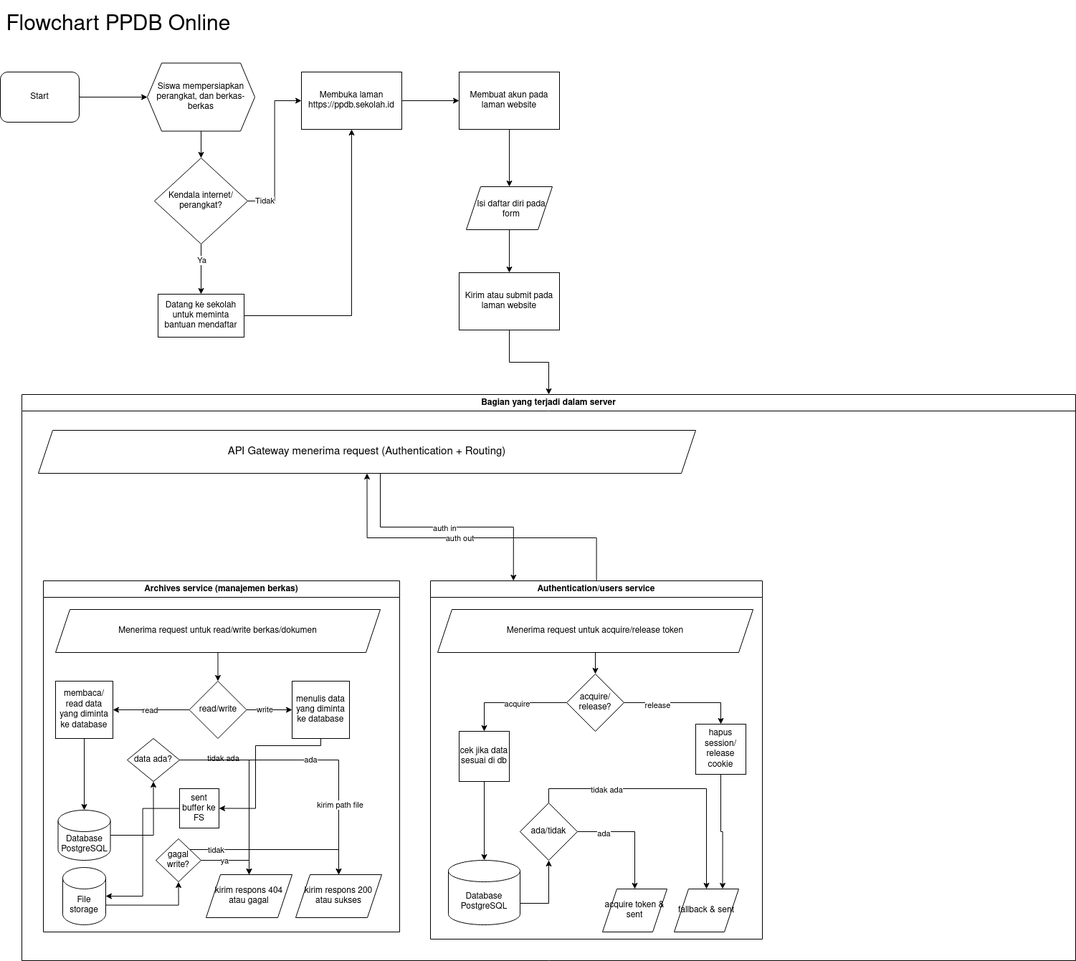
Earlier version of the draw.io export Tugas1PoV.drawio.png (hansputera/flowcharts-collection). Source tidied: cells renumbered, new cells last; positions are measured from the earlier drawing's top-left corner, leaving out a move shared by most shapes.
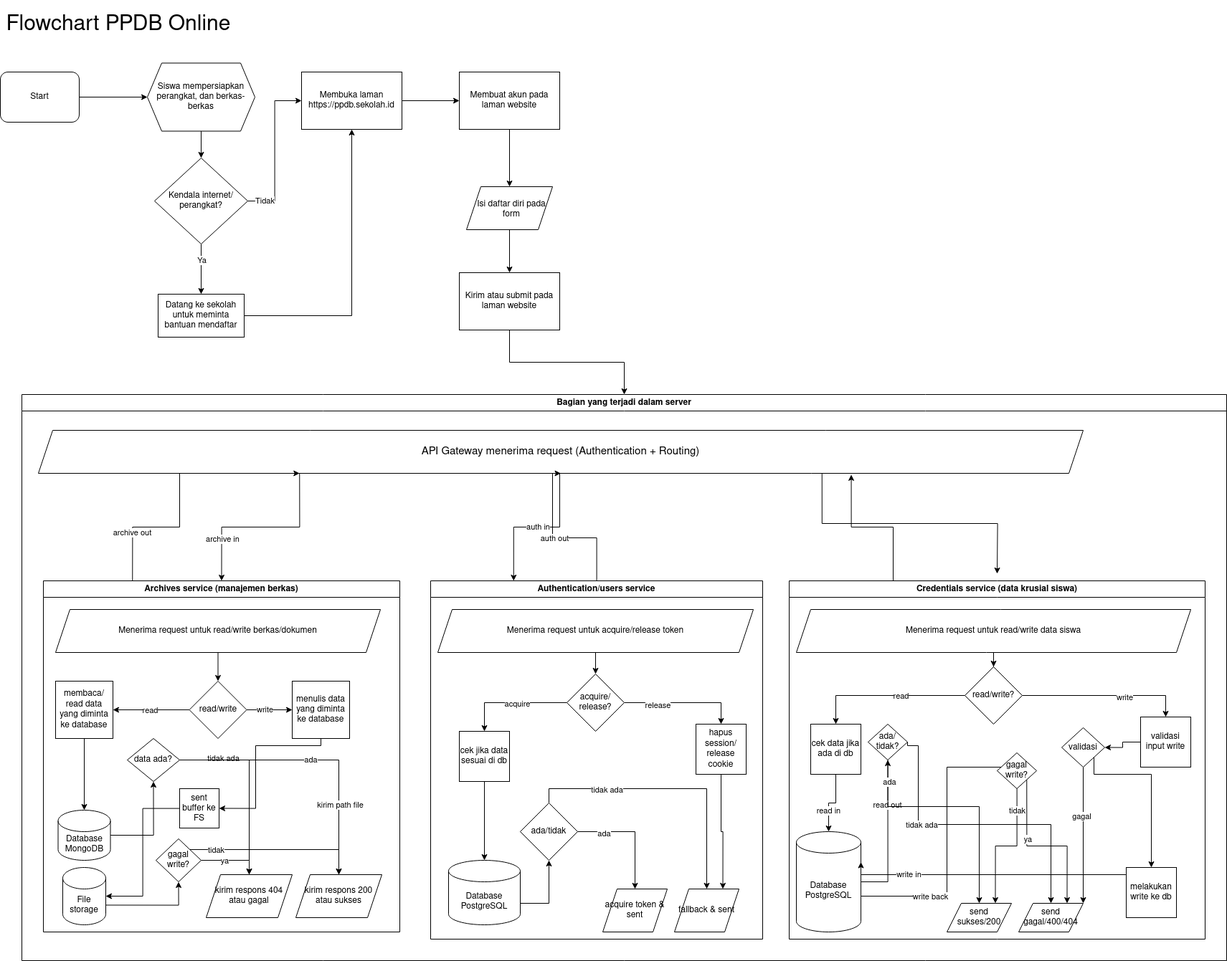
The same file after the commit.

Commit message:
feat(povcode): completed credentials service

Diff of the diagram source:
```diff
@@ -59,12 +59,12 @@
       <mxGeometry x="640" y="380" width="140" height="80" as="geometry" />
     </mxCell>
     <mxCell id="20" value="Bagian yang terjadi dalam server" style="swimlane;whiteSpace=wrap;html=1;startSize=23;" parent="1" vertex="1">
-      <mxGeometry x="30" y="550" width="1470" height="790" as="geometry" />
+      <mxGeometry x="30" y="550" width="1680" height="790" as="geometry" />
     </mxCell>
     <mxCell id="21" style="edgeStyle=orthogonalEdgeStyle;rounded=0;jettySize=auto;html=1;entryX=0.25;entryY=0;entryDx=0;entryDy=0;" parent="20" edge="1" source="23" target="57">
       <mxGeometry relative="1" as="geometry">
         <Array as="points">
-          <mxPoint x="500" y="185" />
+          <mxPoint x="750" y="185" />
           <mxPoint x="686" y="185" />
         </Array>
       </mxGeometry>
@@ -72,16 +72,39 @@
     <mxCell id="22" value="auth in" style="edgeLabel;html=1;align=center;verticalAlign=middle;" parent="21" vertex="1">
       <mxGeometry x="-0.02" y="-1" relative="1" as="geometry" />
     </mxCell>
+    <mxCell id="80" style="edgeStyle=orthogonalEdgeStyle;rounded=0;jettySize=auto;html=1;exitX=0.25;exitY=1;exitDx=0;exitDy=0;entryX=0.5;entryY=0;entryDx=0;entryDy=0;" parent="20" edge="1" source="23" target="24">
+      <mxGeometry relative="1" as="geometry" />
+    </mxCell>
+    <mxCell id="81" value="archive in" style="edgeLabel;html=1;align=center;verticalAlign=middle;" parent="80" vertex="1">
+      <mxGeometry x="0.54" relative="1" as="geometry" />
+    </mxCell>
+    <mxCell id="82" style="edgeStyle=orthogonalEdgeStyle;rounded=0;jettySize=auto;html=1;exitX=0.75;exitY=1;exitDx=0;exitDy=0;" parent="20" edge="1" source="23">
+      <mxGeometry relative="1" as="geometry">
+        <mxPoint x="1360" y="250" as="targetPoint" />
+      </mxGeometry>
+    </mxCell>
     <mxCell id="23" value="API Gateway menerima request (Authentication + Routing)" style="shape=parallelogram;perimeter=parallelogramPerimeter;whiteSpace=wrap;html=1;fixedSize=1;fontSize=15;" parent="20" vertex="1">
-      <mxGeometry x="23" y="50" width="917" height="60" as="geometry" />
+      <mxGeometry x="23" y="50" width="1457" height="60" as="geometry" />
     </mxCell>
+    <mxCell id="83" style="edgeStyle=orthogonalEdgeStyle;rounded=0;jettySize=auto;html=1;exitX=0.25;exitY=0;exitDx=0;exitDy=0;entryX=0.25;entryY=1;entryDx=0;entryDy=0;" parent="20" edge="1" source="24" target="23">
+      <mxGeometry relative="1" as="geometry">
+        <Array as="points">
+          <mxPoint x="154" y="185" />
+          <mxPoint x="220" y="185" />
+          <mxPoint x="220" y="110" />
+        </Array>
+      </mxGeometry>
+    </mxCell>
+    <mxCell id="84" value="archive out" style="edgeLabel;html=1;align=center;verticalAlign=middle;" parent="83" vertex="1">
+      <mxGeometry x="-0.65" y="1" relative="1" as="geometry" />
+    </mxCell>
     <mxCell id="24" value="Archives service (manajemen berkas)" style="swimlane;whiteSpace=wrap;html=1;" parent="20" vertex="1">
       <mxGeometry x="30" y="260" width="497" height="490" as="geometry" />
     </mxCell>
     <mxCell id="25" style="edgeStyle=orthogonalEdgeStyle;rounded=0;jettySize=auto;html=1;entryX=0.5;entryY=1;entryDx=0;entryDy=0;" parent="24" edge="1" source="26" target="41">
       <mxGeometry relative="1" as="geometry" />
     </mxCell>
-    <mxCell id="26" value="Database PostgreSQL" style="shape=cylinder3;whiteSpace=wrap;html=1;boundedLbl=1;backgroundOutline=1;size=15;" parent="24" vertex="1">
+    <mxCell id="26" value="Database MongoDB" style="shape=cylinder3;whiteSpace=wrap;html=1;boundedLbl=1;backgroundOutline=1;size=15;" parent="24" vertex="1">
       <mxGeometry x="20.5" y="320" width="73" height="70" as="geometry" />
     </mxCell>
     <mxCell id="27" style="edgeStyle=orthogonalEdgeStyle;rounded=0;jettySize=auto;html=1;entryX=0.5;entryY=0;entryDx=0;entryDy=0;" parent="24" edge="1" source="28" target="33">
@@ -178,7 +201,8 @@
       <mxGeometry relative="1" as="geometry">
         <Array as="points">
           <mxPoint x="802" y="200" />
-          <mxPoint x="482" y="200" />
+          <mxPoint x="740" y="200" />
+          <mxPoint x="740" y="110" />
         </Array>
       </mxGeometry>
     </mxCell>
@@ -252,6 +276,147 @@
     <mxCell id="77" value="hapus session/release cookie" style="whiteSpace=wrap;html=1;" parent="57" vertex="1">
       <mxGeometry x="370" y="200" width="70" height="70" as="geometry" />
     </mxCell>
+    <mxCell id="85" value="Credentials service (data krusial siswa)" style="swimlane;whiteSpace=wrap;html=1;" parent="20" vertex="1">
+      <mxGeometry x="1070" y="260" width="580" height="500" as="geometry" />
+    </mxCell>
+    <mxCell id="86" style="edgeStyle=orthogonalEdgeStyle;rounded=0;jettySize=auto;html=1;entryX=0.5;entryY=1;entryDx=0;entryDy=0;" parent="85" edge="1" source="90" target="103">
+      <mxGeometry relative="1" as="geometry" />
+    </mxCell>
+    <mxCell id="87" value="read out" style="edgeLabel;html=1;align=center;verticalAlign=middle;" parent="86" vertex="1">
+      <mxGeometry x="0.4" y="2" relative="1" as="geometry" />
+    </mxCell>
+    <mxCell id="88" style="edgeStyle=orthogonalEdgeStyle;rounded=0;jettySize=auto;html=1;entryX=0.5;entryY=1;entryDx=0;entryDy=0;" parent="85" edge="1" source="90" target="112">
+      <mxGeometry relative="1" as="geometry">
+        <Array as="points">
+          <mxPoint x="220" y="440" />
+          <mxPoint x="220" y="260" />
+        </Array>
+      </mxGeometry>
+    </mxCell>
+    <mxCell id="89" value="write back" style="edgeLabel;html=1;align=center;verticalAlign=middle;" parent="88" vertex="1">
+      <mxGeometry x="-0.55" relative="1" as="geometry" />
+    </mxCell>
+    <mxCell id="90" value="Database PostgreSQL " style="shape=cylinder3;whiteSpace=wrap;html=1;boundedLbl=1;backgroundOutline=1;size=15;" parent="85" vertex="1">
+      <mxGeometry x="10" y="350" width="90" height="140" as="geometry" />
+    </mxCell>
+    <mxCell id="91" style="edgeStyle=orthogonalEdgeStyle;rounded=0;jettySize=auto;html=1;entryX=0.5;entryY=0;entryDx=0;entryDy=0;" parent="85" edge="1" source="95" target="96">
+      <mxGeometry relative="1" as="geometry" />
+    </mxCell>
+    <mxCell id="92" value="read" style="edgeLabel;html=1;align=center;verticalAlign=middle;" parent="91" vertex="1">
+      <mxGeometry x="-0.18" relative="1" as="geometry" />
+    </mxCell>
+    <mxCell id="93" style="edgeStyle=orthogonalEdgeStyle;rounded=0;jettySize=auto;html=1;entryX=0.5;entryY=0;entryDx=0;entryDy=0;" parent="85" edge="1" source="95" target="107">
+      <mxGeometry relative="1" as="geometry" />
+    </mxCell>
+    <mxCell id="94" value="write" style="edgeLabel;html=1;align=center;verticalAlign=middle;" parent="93" vertex="1">
+      <mxGeometry x="0.23" y="-2" relative="1" as="geometry" />
+    </mxCell>
+    <mxCell id="95" value="read/write?" style="rhombus;whiteSpace=wrap;html=1;" parent="85" vertex="1">
+      <mxGeometry x="245" y="120" width="80" height="80" as="geometry" />
+    </mxCell>
+    <mxCell id="96" value="cek data jika ada di db" style="whiteSpace=wrap;html=1;" parent="85" vertex="1">
+      <mxGeometry x="30" y="200" width="70" height="70" as="geometry" />
+    </mxCell>
+    <mxCell id="97" style="edgeStyle=orthogonalEdgeStyle;rounded=0;jettySize=auto;html=1;exitX=0.5;exitY=1;exitDx=0;exitDy=0;entryX=0.5;entryY=0;entryDx=0;entryDy=0;entryPerimeter=0;" parent="85" edge="1" source="96" target="90">
+      <mxGeometry relative="1" as="geometry" />
+    </mxCell>
+    <mxCell id="98" value="read in" style="edgeLabel;html=1;align=center;verticalAlign=middle;" parent="97" vertex="1">
+      <mxGeometry x="0.33" y="-1" relative="1" as="geometry" />
+    </mxCell>
+    <mxCell id="99" style="edgeStyle=orthogonalEdgeStyle;rounded=0;jettySize=auto;html=1;entryX=0.5;entryY=0;entryDx=0;entryDy=0;" parent="85" edge="1" source="103" target="104">
+      <mxGeometry relative="1" as="geometry">
+        <Array as="points">
+          <mxPoint x="265" y="315" />
+        </Array>
+      </mxGeometry>
+    </mxCell>
+    <mxCell id="100" value="ada" style="edgeLabel;html=1;align=center;verticalAlign=middle;" parent="99" vertex="1">
+      <mxGeometry x="-0.82" y="1" relative="1" as="geometry" />
+    </mxCell>
+    <mxCell id="101" style="edgeStyle=orthogonalEdgeStyle;rounded=0;jettySize=auto;html=1;exitX=1;exitY=0.5;exitDx=0;exitDy=0;entryX=0.5;entryY=0;entryDx=0;entryDy=0;" parent="85" edge="1" source="103" target="105">
+      <mxGeometry relative="1" as="geometry">
+        <Array as="points">
+          <mxPoint x="165" y="230" />
+          <mxPoint x="180" y="230" />
+          <mxPoint x="180" y="340" />
+          <mxPoint x="365" y="340" />
+        </Array>
+      </mxGeometry>
+    </mxCell>
+    <mxCell id="102" value="tidak ada" style="edgeLabel;html=1;align=center;verticalAlign=middle;" parent="101" vertex="1">
+      <mxGeometry x="-0.37" relative="1" as="geometry" />
+    </mxCell>
+    <mxCell id="103" value="ada/tidak?" style="rhombus;whiteSpace=wrap;html=1;" parent="85" vertex="1">
+      <mxGeometry x="110" y="200" width="55" height="50" as="geometry" />
+    </mxCell>
+    <mxCell id="104" value="send sukses/200" style="shape=parallelogram;perimeter=parallelogramPerimeter;whiteSpace=wrap;html=1;fixedSize=1;" parent="85" vertex="1">
+      <mxGeometry x="220" y="450" width="90" height="40" as="geometry" />
+    </mxCell>
+    <mxCell id="105" value="send gagal/400/404" style="shape=parallelogram;perimeter=parallelogramPerimeter;whiteSpace=wrap;html=1;fixedSize=1;" parent="85" vertex="1">
+      <mxGeometry x="320" y="450" width="90" height="40" as="geometry" />
+    </mxCell>
+    <mxCell id="106" style="edgeStyle=orthogonalEdgeStyle;rounded=0;jettySize=auto;html=1;entryX=1;entryY=0.5;entryDx=0;entryDy=0;" parent="85" edge="1" source="107" target="117">
+      <mxGeometry relative="1" as="geometry" />
+    </mxCell>
+    <mxCell id="107" value="validasi input write" style="whiteSpace=wrap;html=1;" parent="85" vertex="1">
+      <mxGeometry x="490" y="190" width="70" height="70" as="geometry" />
+    </mxCell>
+    <mxCell id="108" style="edgeStyle=orthogonalEdgeStyle;rounded=0;jettySize=auto;html=1;entryX=0.75;entryY=0;entryDx=0;entryDy=0;" parent="85" edge="1" source="112" target="104">
+      <mxGeometry relative="1" as="geometry" />
+    </mxCell>
+    <mxCell id="109" value="tidak" style="edgeLabel;html=1;align=center;verticalAlign=middle;" parent="108" vertex="1">
+      <mxGeometry x="-0.69" y="-1" relative="1" as="geometry" />
+    </mxCell>
+    <mxCell id="110" style="edgeStyle=orthogonalEdgeStyle;rounded=0;jettySize=auto;html=1;exitX=1;exitY=1;exitDx=0;exitDy=0;entryX=0.75;entryY=0;entryDx=0;entryDy=0;" parent="85" edge="1" source="112" target="105">
+      <mxGeometry relative="1" as="geometry" />
+    </mxCell>
+    <mxCell id="111" value="ya" style="edgeLabel;html=1;align=center;verticalAlign=middle;" parent="110" vertex="1">
+      <mxGeometry x="-0.28" y="1" relative="1" as="geometry">
+        <mxPoint y="1" as="offset" />
+      </mxGeometry>
+    </mxCell>
+    <mxCell id="112" value="gagal write?" style="rhombus;whiteSpace=wrap;html=1;" parent="85" vertex="1">
+      <mxGeometry x="290" y="240" width="55" height="50" as="geometry" />
+    </mxCell>
+    <mxCell id="113" value="melakukan write ke db" style="whiteSpace=wrap;html=1;" parent="85" vertex="1">
+      <mxGeometry x="470" y="400" width="70" height="70" as="geometry" />
+    </mxCell>
+    <mxCell id="114" style="edgeStyle=orthogonalEdgeStyle;rounded=0;jettySize=auto;html=1;entryX=1;entryY=0;entryDx=0;entryDy=0;" parent="85" edge="1" source="117" target="105">
+      <mxGeometry relative="1" as="geometry" />
+    </mxCell>
+    <mxCell id="115" value="gagal" style="edgeLabel;html=1;align=center;verticalAlign=middle;" parent="114" vertex="1">
+      <mxGeometry x="-0.29" y="-3" relative="1" as="geometry" />
+    </mxCell>
+    <mxCell id="116" style="edgeStyle=orthogonalEdgeStyle;rounded=0;jettySize=auto;html=1;exitX=1;exitY=1;exitDx=0;exitDy=0;entryX=0.5;entryY=0;entryDx=0;entryDy=0;" parent="85" edge="1" source="117" target="113">
+      <mxGeometry relative="1" as="geometry">
+        <Array as="points">
+          <mxPoint x="425" y="270" />
+          <mxPoint x="505" y="270" />
+        </Array>
+      </mxGeometry>
+    </mxCell>
+    <mxCell id="117" value="validasi" style="rhombus;whiteSpace=wrap;html=1;" parent="85" vertex="1">
+      <mxGeometry x="380" y="205" width="60" height="55" as="geometry" />
+    </mxCell>
+    <mxCell id="118" style="edgeStyle=orthogonalEdgeStyle;rounded=0;jettySize=auto;html=1;entryX=1;entryY=0;entryDx=0;entryDy=42.5;entryPerimeter=0;" parent="85" edge="1" source="113" target="90">
+      <mxGeometry relative="1" as="geometry">
+        <Array as="points">
+          <mxPoint x="100" y="410" />
+        </Array>
+      </mxGeometry>
+    </mxCell>
+    <mxCell id="119" value="write in" style="edgeLabel;html=1;align=center;verticalAlign=middle;" parent="118" vertex="1">
+      <mxGeometry x="0.57" y="-1" relative="1" as="geometry" />
+    </mxCell>
+    <mxCell id="120" style="edgeStyle=orthogonalEdgeStyle;rounded=0;jettySize=auto;html=1;entryX=0.5;entryY=0;entryDx=0;entryDy=0;" parent="20" edge="1" source="121" target="95">
+      <mxGeometry relative="1" as="geometry" />
+    </mxCell>
+    <mxCell id="121" value="Menerima request untuk read/write data siswa" style="shape=parallelogram;perimeter=parallelogramPerimeter;whiteSpace=wrap;html=1;fixedSize=1;" parent="20" vertex="1">
+      <mxGeometry x="1080" y="300" width="550" height="60" as="geometry" />
+    </mxCell>
+    <mxCell id="122" style="edgeStyle=orthogonalEdgeStyle;rounded=0;jettySize=auto;html=1;exitX=0.25;exitY=0;exitDx=0;exitDy=0;entryX=0.778;entryY=1.031;entryDx=0;entryDy=0;entryPerimeter=0;" parent="20" edge="1" source="85" target="23">
+      <mxGeometry relative="1" as="geometry" />
+    </mxCell>
     <mxCell id="78" style="edgeStyle=orthogonalEdgeStyle;rounded=0;jettySize=auto;html=1;entryX=0.5;entryY=0;entryDx=0;entryDy=0;" parent="1" edge="1" source="79" target="11">
       <mxGeometry relative="1" as="geometry" />
     </mxCell>
```
